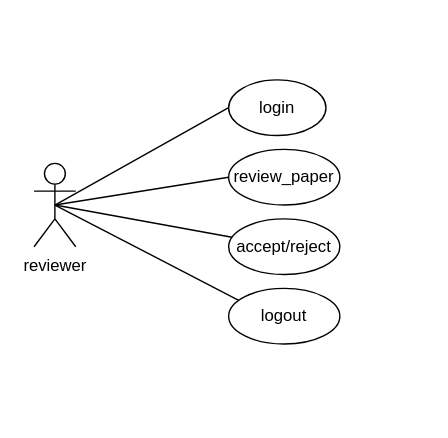
matthew-sliit/conferencemgtool keeps this draw.io diagram as page "reviewer" (2 of 5) of diagrams/UseCase.drawio. Above is the earlier version. Source tidied: cells renumbered, new cells numbered last; positions are measured from the earlier drawing's top-left corner, leaving out a move shared by most shapes. Both pictures are drawn from the tidied source at 139%, with x=0, y=0 at pixel (33, 79).
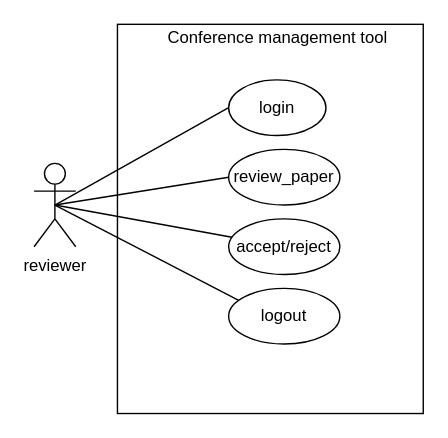
Above is the later version.

Diff of the diagram source:
```diff
@@
 <mxGraphModel>
   <root>
     <mxCell id="0" />
     <mxCell id="1" parent="0" />
     <mxCell id="2" value="reviewer" style="shape=umlActor;verticalLabelPosition=bottom;verticalAlign=top;html=1;" parent="1" vertex="1">
       <mxGeometry y="60" width="30" height="60" as="geometry" />
     </mxCell>
     <mxCell id="3" style="endArrow=none;html=1;exitX=0.5;exitY=0.5;exitDx=0;exitDy=0;exitPerimeter=0;entryX=0;entryY=0.5;entryDx=0;entryDy=0;" parent="1" edge="1" source="2" target="4">
       <mxGeometry relative="1" as="geometry" />
     </mxCell>
     <mxCell id="4" value="login" style="ellipse;whiteSpace=wrap;html=1;" parent="1" vertex="1">
       <mxGeometry x="140" width="70" height="40" as="geometry" />
     </mxCell>
     <mxCell id="5" style="endArrow=none;html=1;exitX=0.5;exitY=0.5;exitDx=0;exitDy=0;exitPerimeter=0;entryX=0;entryY=0.5;entryDx=0;entryDy=0;" parent="1" edge="1" source="2" target="6">
       <mxGeometry relative="1" as="geometry" />
     </mxCell>
     <mxCell id="6" value="review_paper" style="ellipse;whiteSpace=wrap;html=1;" parent="1" vertex="1">
       <mxGeometry x="140" y="50" width="80" height="40" as="geometry" />
     </mxCell>
     <mxCell id="7" style="endArrow=none;html=1;exitX=0.5;exitY=0.5;exitDx=0;exitDy=0;exitPerimeter=0;" parent="1" edge="1" source="2" target="8">
       <mxGeometry relative="1" as="geometry" />
     </mxCell>
     <mxCell id="8" value="accept/reject" style="ellipse;whiteSpace=wrap;html=1;" parent="1" vertex="1">
       <mxGeometry x="140" y="100" width="80" height="40" as="geometry" />
     </mxCell>
     <mxCell id="9" style="endArrow=none;html=1;exitX=0.5;exitY=0.5;exitDx=0;exitDy=0;exitPerimeter=0;" parent="1" edge="1" source="2">
       <mxGeometry relative="1" as="geometry">
         <mxPoint x="150" y="160" as="targetPoint" />
       </mxGeometry>
     </mxCell>
     <mxCell id="10" value="logout" style="ellipse;whiteSpace=wrap;html=1;" parent="1" vertex="1">
       <mxGeometry x="140" y="150" width="80" height="40" as="geometry" />
     </mxCell>
+    <mxCell id="11" style="rounded=0;whiteSpace=wrap;html=1;fillColor=none;" parent="1" vertex="1">
+      <mxGeometry x="60" y="-40" width="220" height="280" as="geometry" />
+    </mxCell>
+    <mxCell id="12" value="Conference management tool" style="text;html=1;align=center;verticalAlign=middle;strokeColor=none;" parent="1" vertex="1">
+      <mxGeometry x="90" y="-40" width="170" height="20" as="geometry" />
+    </mxCell>
   </root>
 </mxGraphModel>
```
